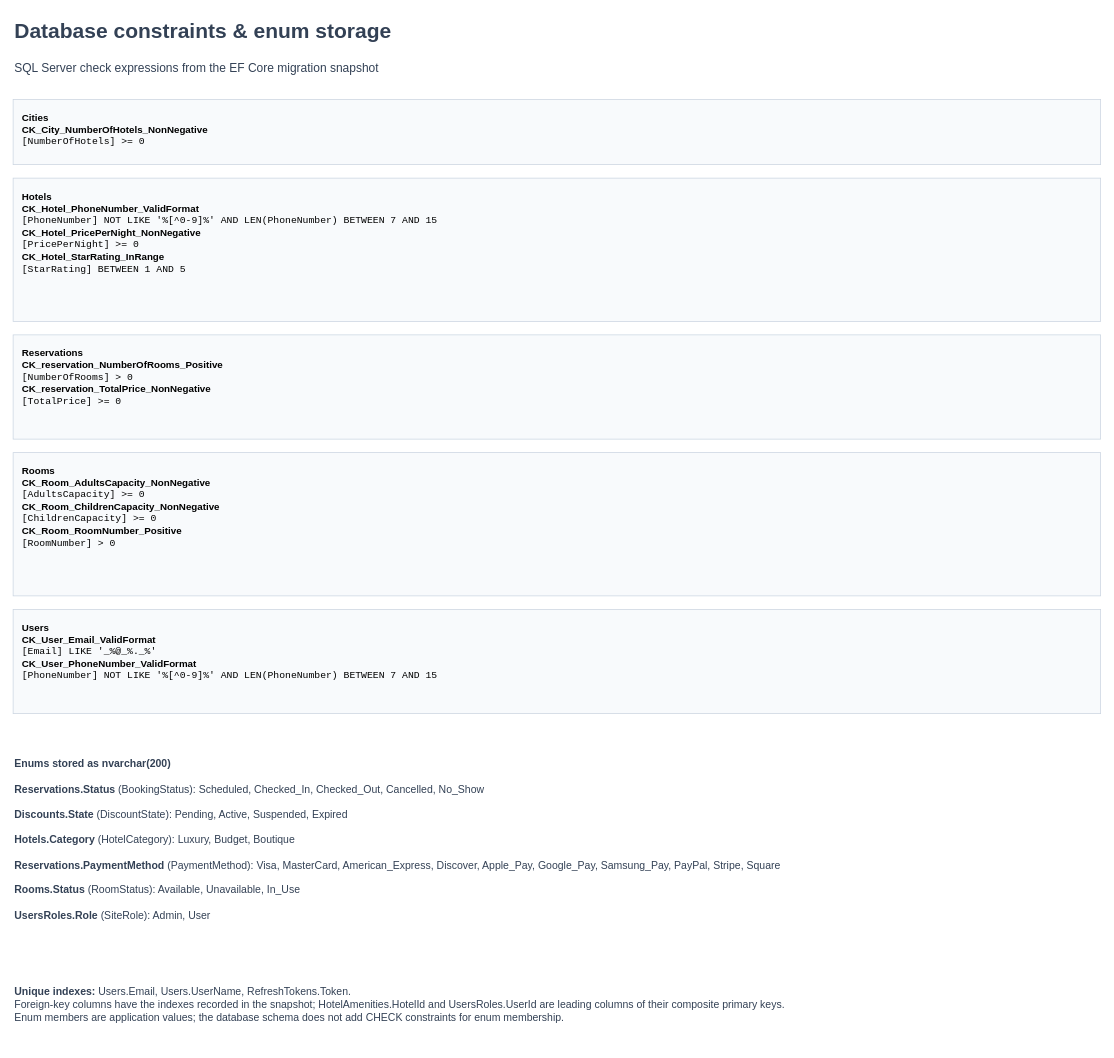
Earlier version of the draw.io diagram page "Constraints and enums" (2 of 2) of docs/database-schema.drawio (none-empty/none-empty-Travel-and-Accommodation-Booking-Platform-BackEnd). Source tidied: cells renumbered, new cells numbered last; positions are measured from the earlier drawing's top-left corner, leaving out a move shared by most shapes. Both pictures are drawn from the tidied source at 75%, with x=0, y=0 at pixel (13, 13).
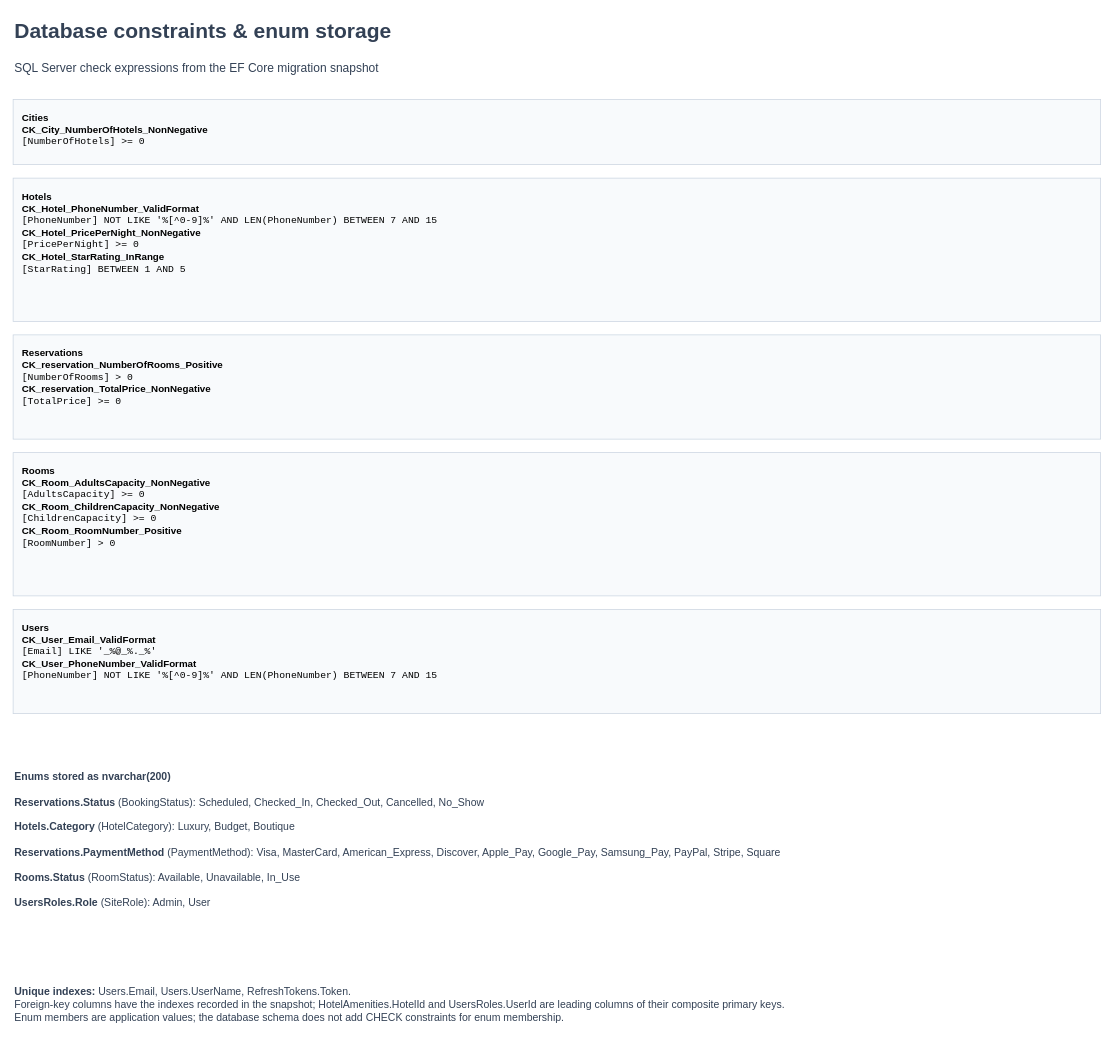
Above is the later version.

Diff of the diagram source:
```diff
@@
 <mxGraphModel>
   <root>
     <mxCell id="0" />
     <mxCell id="1" parent="0" />
     <mxCell id="2" value="&lt;b&gt;Database constraints &amp;amp; enum storage&lt;/b&gt;" style="text;html=1;align=left;verticalAlign=middle;whiteSpace=wrap;overflow=hidden;fontSize=28;fontColor=#334155;" parent="1" vertex="1">
       <mxGeometry width="1450" height="45" as="geometry" />
     </mxCell>
     <mxCell id="3" value="SQL Server check expressions from the EF Core migration snapshot" style="text;html=1;align=left;verticalAlign=middle;whiteSpace=wrap;overflow=hidden;fontSize=16;fontColor=#334155;" parent="1" vertex="1">
       <mxGeometry y="55" width="1450" height="35" as="geometry" />
     </mxCell>
     <mxCell id="4" value="&lt;b&gt;Cities&lt;/b&gt;&lt;br&gt;&lt;b&gt;CK_City_NumberOfHotels_NonNegative&lt;/b&gt;&lt;br&gt;&lt;font face=&quot;monospace&quot;&gt;[NumberOfHotels] &amp;gt;= 0&lt;/font&gt;" style="rounded=0;html=1;whiteSpace=wrap;align=left;verticalAlign=top;spacing=12;fillColor=#f8fafc;strokeColor=#cbd5e1;fontSize=13;" parent="1" vertex="1">
       <mxGeometry y="115" width="1450" height="87" as="geometry" />
     </mxCell>
     <mxCell id="5" value="&lt;b&gt;Hotels&lt;/b&gt;&lt;br&gt;&lt;b&gt;CK_Hotel_PhoneNumber_ValidFormat&lt;/b&gt;&lt;br&gt;&lt;font face=&quot;monospace&quot;&gt;[PhoneNumber] NOT LIKE &amp;#x27;%[^0-9]%&amp;#x27; AND LEN(PhoneNumber) BETWEEN 7 AND 15&lt;/font&gt;&lt;br&gt;&lt;b&gt;CK_Hotel_PricePerNight_NonNegative&lt;/b&gt;&lt;br&gt;&lt;font face=&quot;monospace&quot;&gt;[PricePerNight] &amp;gt;= 0&lt;/font&gt;&lt;br&gt;&lt;b&gt;CK_Hotel_StarRating_InRange&lt;/b&gt;&lt;br&gt;&lt;font face=&quot;monospace&quot;&gt;[StarRating] BETWEEN 1 AND 5&lt;/font&gt;" style="rounded=0;html=1;whiteSpace=wrap;align=left;verticalAlign=top;spacing=12;fillColor=#f8fafc;strokeColor=#cbd5e1;fontSize=13;" parent="1" vertex="1">
       <mxGeometry y="220" width="1450" height="191" as="geometry" />
     </mxCell>
     <mxCell id="6" value="&lt;b&gt;Reservations&lt;/b&gt;&lt;br&gt;&lt;b&gt;CK_reservation_NumberOfRooms_Positive&lt;/b&gt;&lt;br&gt;&lt;font face=&quot;monospace&quot;&gt;[NumberOfRooms] &amp;gt; 0&lt;/font&gt;&lt;br&gt;&lt;b&gt;CK_reservation_TotalPrice_NonNegative&lt;/b&gt;&lt;br&gt;&lt;font face=&quot;monospace&quot;&gt;[TotalPrice] &amp;gt;= 0&lt;/font&gt;" style="rounded=0;html=1;whiteSpace=wrap;align=left;verticalAlign=top;spacing=12;fillColor=#f8fafc;strokeColor=#cbd5e1;fontSize=13;" parent="1" vertex="1">
       <mxGeometry y="429" width="1450" height="139" as="geometry" />
     </mxCell>
     <mxCell id="7" value="&lt;b&gt;Rooms&lt;/b&gt;&lt;br&gt;&lt;b&gt;CK_Room_AdultsCapacity_NonNegative&lt;/b&gt;&lt;br&gt;&lt;font face=&quot;monospace&quot;&gt;[AdultsCapacity] &amp;gt;= 0&lt;/font&gt;&lt;br&gt;&lt;b&gt;CK_Room_ChildrenCapacity_NonNegative&lt;/b&gt;&lt;br&gt;&lt;font face=&quot;monospace&quot;&gt;[ChildrenCapacity] &amp;gt;= 0&lt;/font&gt;&lt;br&gt;&lt;b&gt;CK_Room_RoomNumber_Positive&lt;/b&gt;&lt;br&gt;&lt;font face=&quot;monospace&quot;&gt;[RoomNumber] &amp;gt; 0&lt;/font&gt;" style="rounded=0;html=1;whiteSpace=wrap;align=left;verticalAlign=top;spacing=12;fillColor=#f8fafc;strokeColor=#cbd5e1;fontSize=13;" parent="1" vertex="1">
       <mxGeometry y="586" width="1450" height="191" as="geometry" />
     </mxCell>
     <mxCell id="8" value="&lt;b&gt;Users&lt;/b&gt;&lt;br&gt;&lt;b&gt;CK_User_Email_ValidFormat&lt;/b&gt;&lt;br&gt;&lt;font face=&quot;monospace&quot;&gt;[Email] LIKE &amp;#x27;_%@_%._%&amp;#x27;&lt;/font&gt;&lt;br&gt;&lt;b&gt;CK_User_PhoneNumber_ValidFormat&lt;/b&gt;&lt;br&gt;&lt;font face=&quot;monospace&quot;&gt;[PhoneNumber] NOT LIKE &amp;#x27;%[^0-9]%&amp;#x27; AND LEN(PhoneNumber) BETWEEN 7 AND 15&lt;/font&gt;" style="rounded=0;html=1;whiteSpace=wrap;align=left;verticalAlign=top;spacing=12;fillColor=#f8fafc;strokeColor=#cbd5e1;fontSize=13;" parent="1" vertex="1">
       <mxGeometry y="795" width="1450" height="139" as="geometry" />
     </mxCell>
-    <mxCell id="9" value="&lt;b&gt;Enums stored as nvarchar(200)&lt;/b&gt;&lt;br&gt;&lt;br&gt;&lt;b&gt;Reservations.Status&lt;/b&gt; (BookingStatus): Scheduled, Checked_In, Checked_Out, Cancelled, No_Show&lt;br&gt;&lt;br&gt;&lt;b&gt;Discounts.State&lt;/b&gt; (DiscountState): Pending, Active, Suspended, Expired&lt;br&gt;&lt;br&gt;&lt;b&gt;Hotels.Category&lt;/b&gt; (HotelCategory): Luxury, Budget, Boutique&lt;br&gt;&lt;br&gt;&lt;b&gt;Reservations.PaymentMethod&lt;/b&gt; (PaymentMethod): Visa, MasterCard, American_Express, Discover, Apple_Pay, Google_Pay, Samsung_Pay, PayPal, Stripe, Square&lt;br&gt;&lt;br&gt;&lt;b&gt;Rooms.Status&lt;/b&gt; (RoomStatus): Available, Unavailable, In_Use&lt;br&gt;&lt;br&gt;&lt;b&gt;UsersRoles.Role&lt;/b&gt; (SiteRole): Admin, User" style="text;html=1;align=left;verticalAlign=middle;whiteSpace=wrap;overflow=hidden;fontSize=14;fontColor=#334155;" parent="1" vertex="1">
+    <mxCell id="9" value="&lt;b&gt;Enums stored as nvarchar(200)&lt;/b&gt;&lt;br&gt;&lt;br&gt;&lt;b&gt;Reservations.Status&lt;/b&gt; (BookingStatus): Scheduled, Checked_In, Checked_Out, Cancelled, No_Show&lt;br&gt;&lt;br&gt;&lt;b&gt;Hotels.Category&lt;/b&gt; (HotelCategory): Luxury, Budget, Boutique&lt;br&gt;&lt;br&gt;&lt;b&gt;Reservations.PaymentMethod&lt;/b&gt; (PaymentMethod): Visa, MasterCard, American_Express, Discover, Apple_Pay, Google_Pay, Samsung_Pay, PayPal, Stripe, Square&lt;br&gt;&lt;br&gt;&lt;b&gt;Rooms.Status&lt;/b&gt; (RoomStatus): Available, Unavailable, In_Use&lt;br&gt;&lt;br&gt;&lt;b&gt;UsersRoles.Role&lt;/b&gt; (SiteRole): Admin, User" style="text;html=1;align=left;verticalAlign=middle;whiteSpace=wrap;overflow=hidden;fontSize=14;fontColor=#334155;" parent="1" vertex="1">
       <mxGeometry y="952" width="1450" height="300" as="geometry" />
     </mxCell>
     <mxCell id="10" value="&lt;b&gt;Unique indexes:&lt;/b&gt; Users.Email, Users.UserName, RefreshTokens.Token.&lt;br&gt;Foreign-key columns have the indexes recorded in the snapshot; HotelAmenities.HotelId and UsersRoles.UserId are leading columns of their composite primary keys.&lt;br&gt;Enum members are application values; the database schema does not add CHECK constraints for enum membership." style="text;html=1;align=left;verticalAlign=middle;whiteSpace=wrap;overflow=hidden;fontSize=14;fontColor=#334155;" parent="1" vertex="1">
       <mxGeometry y="1267" width="1450" height="110" as="geometry" />
     </mxCell>
   </root>
 </mxGraphModel>
```
